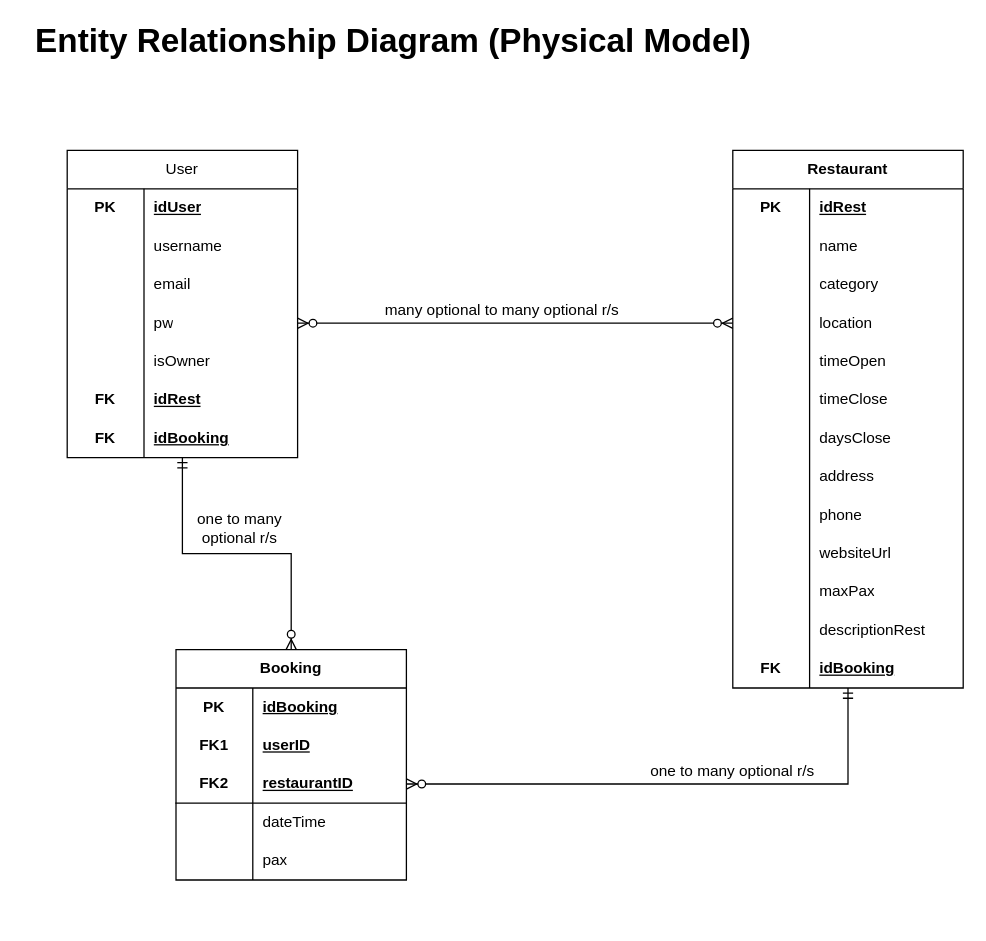
Earlier version of the draw.io diagram database_erd.drawio (jx0906/proj3-backend). Source tidied: cells renumbered, new cells numbered last; positions are measured from the earlier drawing's top-left corner, leaving out a move shared by most shapes. Both pictures are drawn from the tidied source at 128%, with x=0, y=0 at pixel (22, 22).
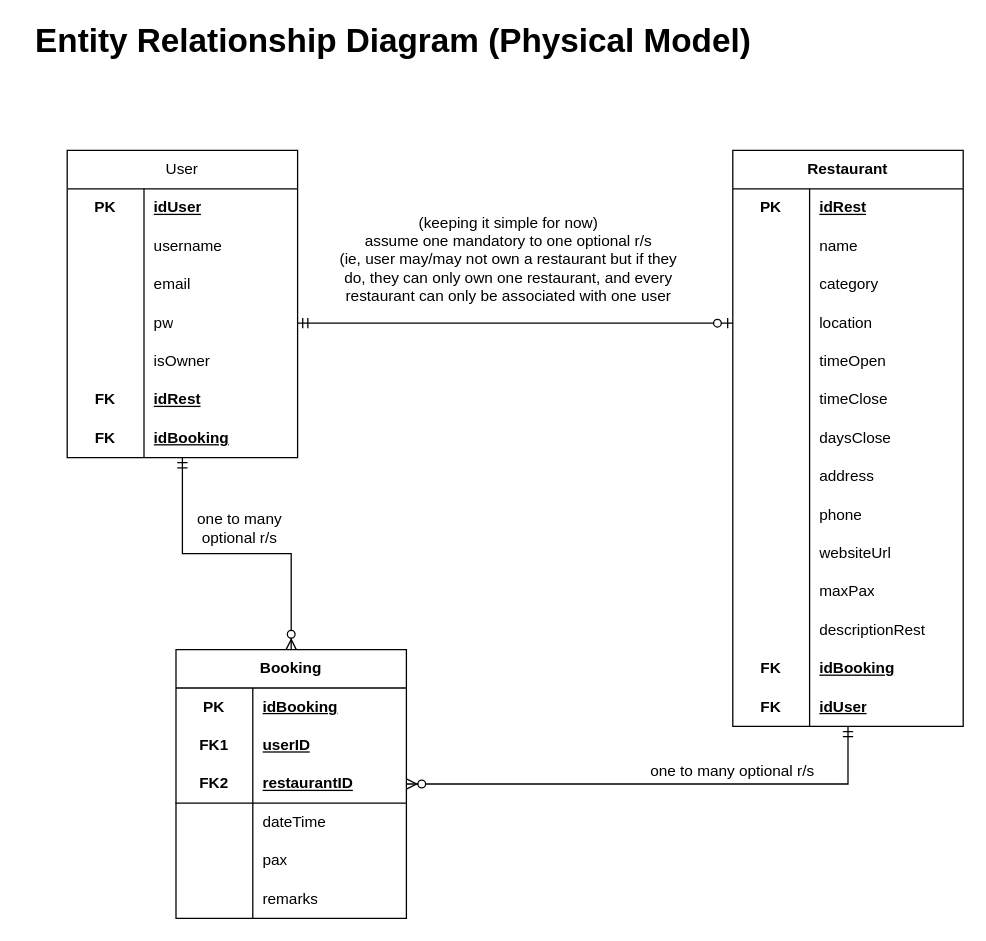
After the change.

Commit message:
Update ERD based on 3 Jan discussions

Unchanged cells that the change refers to:
```xml
<mxCell id="13" style="shape=tableRow;horizontal=0;startSize=0;swimlaneHead=0;swimlaneBody=0;fillColor=none;points=[[0,0.5],[1,0.5]];portConstraint=eastwest;top=0;left=0;right=0;bottom=0;html=1;" parent="3" vertex="1">
  <mxGeometry y="120" width="180" height="30" as="geometry" />
</mxCell>
<mxCell id="37" style="shape=tableRow;horizontal=0;startSize=0;swimlaneHead=0;swimlaneBody=0;fillColor=none;points=[[0,0.5],[1,0.5]];portConstraint=eastwest;top=0;left=0;right=0;bottom=0;html=1;" parent="27" vertex="1">
  <mxGeometry y="120" width="180" height="30" as="geometry" />
</mxCell>
```

Change to the diagram source:
```diff
@@
-    <mxCell id="25" style="edgeStyle=orthogonalEdgeStyle;rounded=0;jettySize=auto;html=1;entryX=1;entryY=0.5;entryDx=0;entryDy=0;endArrow=ERzeroToMany;fontSize=12;endFill=1;startArrow=ERzeroToMany;exitX=0;exitY=0.5;exitDx=0;exitDy=0;" parent="1" edge="1" source="37" target="13">
-      <mxGeometry relative="1" as="geometry" />
-    </mxCell>
@@
     <mxCell id="27" value="Restaurant" style="shape=table;startSize=30;childLayout=tableLayout;rowLines=0;fontStyle=1;align=center;html=1;whiteSpace=wrap;" parent="1" vertex="1">
-      <mxGeometry x="555" y="100" width="180" height="420" as="geometry" />
+      <mxGeometry x="555" y="100" width="180" height="450" as="geometry" />
     </mxCell>
@@
+    <mxCell id="87" style="shape=tableRow;horizontal=0;startSize=0;swimlaneHead=0;swimlaneBody=0;fillColor=none;top=0;left=0;right=0;bottom=0;html=1;" parent="27" vertex="1">
+      <mxGeometry y="420" width="180" height="30" as="geometry" />
+    </mxCell>
+    <mxCell id="88" value="FK" style="shape=partialRectangle;fillColor=none;top=0;left=0;bottom=0;right=0;overflow=hidden;html=1;whiteSpace=wrap;fontStyle=1;" parent="87" vertex="1">
+      <mxGeometry width="60" height="30" as="geometry" />
+    </mxCell>
+    <mxCell id="89" value="idUser" style="shape=partialRectangle;fillColor=none;top=0;left=0;bottom=0;right=0;align=left;spacingLeft=6;overflow=hidden;html=1;whiteSpace=wrap;fontStyle=5;" parent="87" vertex="1">
+      <mxGeometry x="60" width="120" height="30" as="geometry" />
+    </mxCell>
     <mxCell id="67" value="Booking" style="shape=table;startSize=30;childLayout=tableLayout;rowLines=0;fontStyle=1;align=center;html=1;whiteSpace=wrap;" parent="1" vertex="1">
-      <mxGeometry x="120" y="490" width="180" height="180" as="geometry" />
+      <mxGeometry x="120" y="490" width="180" height="210" as="geometry" />
     </mxCell>
@@
+    <mxCell id="90" style="shape=tableRow;horizontal=0;startSize=0;swimlaneHead=0;swimlaneBody=0;fillColor=none;top=0;left=0;right=0;bottom=0;html=1;" parent="67" vertex="1">
+      <mxGeometry y="180" width="180" height="30" as="geometry" />
+    </mxCell>
+    <mxCell id="91" style="shape=partialRectangle;fillColor=none;top=0;left=0;bottom=0;right=0;overflow=hidden;html=1;whiteSpace=wrap;" parent="90" vertex="1">
+      <mxGeometry width="60" height="30" as="geometry" />
+    </mxCell>
+    <mxCell id="92" value="remarks" style="shape=partialRectangle;fillColor=none;top=0;left=0;bottom=0;right=0;align=left;spacingLeft=6;overflow=hidden;html=1;whiteSpace=wrap;" parent="90" vertex="1">
+      <mxGeometry x="60" width="120" height="30" as="geometry" />
+    </mxCell>
@@
-    <mxCell id="85" value="many optional to many optional r/s" style="text;html=1;strokeColor=none;fillColor=none;align=center;verticalAlign=middle;whiteSpace=wrap;rounded=0;" parent="1" vertex="1">
-      <mxGeometry x="235" y="180" width="280" height="90" as="geometry" />
+    <mxCell id="85" value="(keeping it simple for now)&lt;br style=&quot;border-color: var(--border-color);&quot;&gt;assume one mandatory to one optional r/s&lt;br style=&quot;border-color: var(--border-color);&quot;&gt;(ie, user may/may not own a restaurant but if they do, they can only own one restaurant, and every&lt;br style=&quot;border-color: var(--border-color);&quot;&gt;restaurant can only be associated with one user" style="text;html=1;strokeColor=none;fillColor=none;align=center;verticalAlign=middle;whiteSpace=wrap;rounded=0;" parent="1" vertex="1">
+      <mxGeometry x="240" y="140" width="280" height="90" as="geometry" />
     </mxCell>
@@
+    <mxCell id="93" style="edgeStyle=entityRelationEdgeStyle;fontSize=12;html=1;endArrow=ERzeroToOne;startArrow=ERmandOne;rounded=0;entryX=0;entryY=0.5;entryDx=0;entryDy=0;exitX=1;exitY=0.5;exitDx=0;exitDy=0;" parent="1" edge="1" source="13" target="37">
+      <mxGeometry relative="1" as="geometry" />
+    </mxCell>
```
